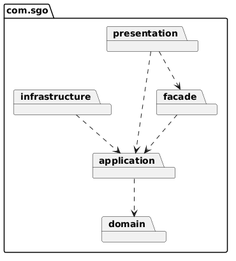
The PlantUML diagram diagramas/imagens/Diagrma de pacotes.png in allanmateusk/Sistema-de-Gest-o-das-Olimp-adas, before a commit.
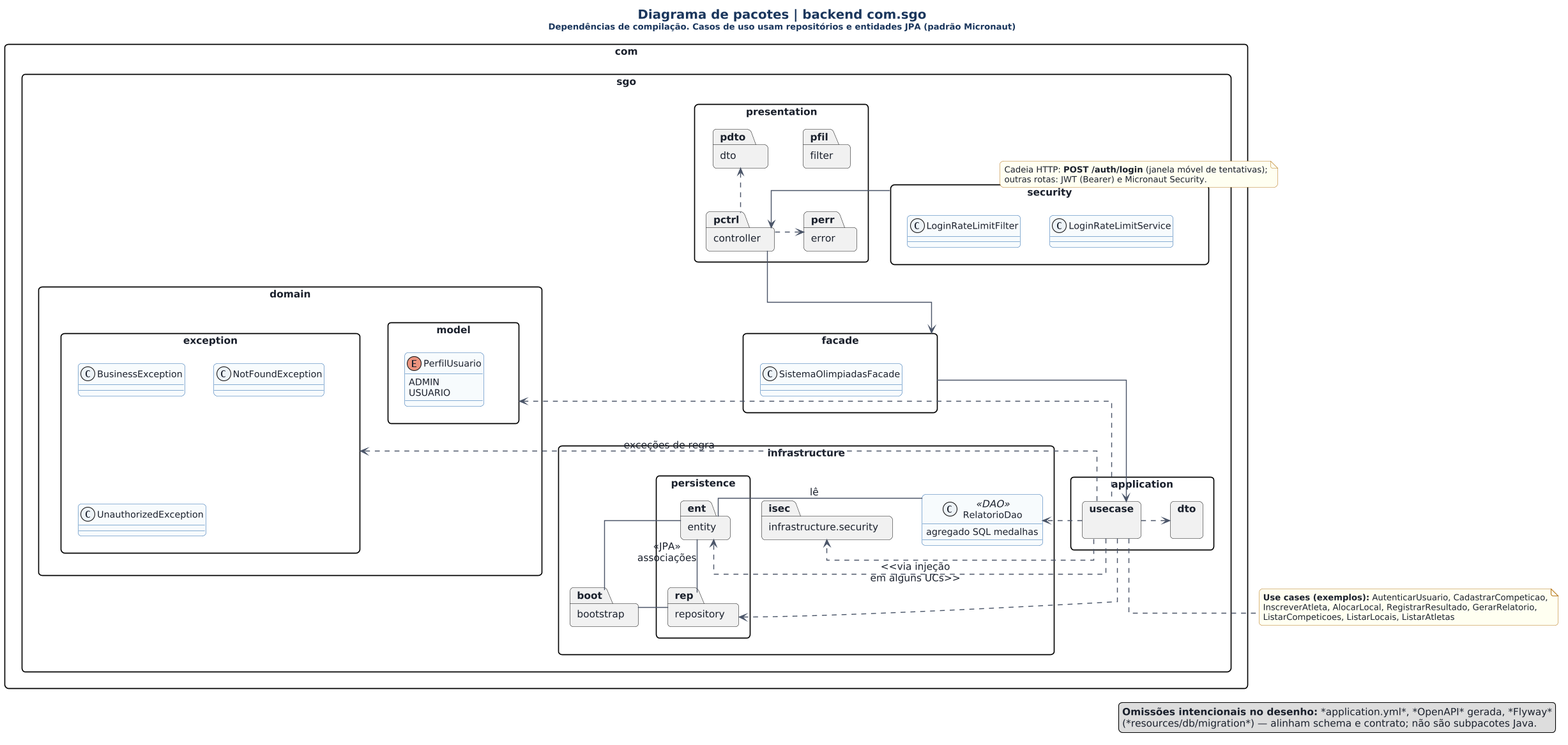
Above is the later version.

Diff of the diagram source:
```diff
@@ -1,15 +1,135 @@
 @startuml
-package com.sgo {
-  package domain
-  package application
-  package infrastructure
-  package presentation
-  package facade
+allowmixing
+skinparam defaultFontName "Segoe UI", "Helvetica", Arial, sans-serif
+skinparam defaultFontSize 14
+skinparam defaultFontColor #1a202c
+skinparam titleFontSize 18
+skinparam titleFontStyle bold
+skinparam titleFontColor #1a365d
+skinparam shadowing false
+skinparam linetype ortho
+skinparam roundcorner 10
+skinparam ArrowColor #4a5568
+skinparam ArrowThickness 1.3
+skinparam packageStyle rectangle
+skinparam stereotypeCBackgroundColor #edf2f7
+skinparam stereotypeCFontColor #2d3748
+skinparam class {
+  FontSize 14
+  AttributeFontSize 13
+  TitleFontSize 15
+  HeaderBackgroundColor #bee3f8
+  BorderColor #2b6cb0
+  BackgroundColor #f7fafc
+}
+skinparam usecase {
+  FontSize 14
+  BorderColor #2f855a
+  BackgroundColor #f0fff4
+}
+skinparam actor {
+  FontSize 15
+  FontColor #1a202c
+}
+skinparam component {
+  FontSize 14
+  BorderColor #553c9a
+  BackgroundColor #faf5ff
+}
+skinparam node {
+  FontSize 14
+  BorderColor #2c5282
+  BackgroundColor #ebf8ff
+}
+skinparam note {
+  FontSize 12
+  BackgroundColor #fffff0
+  BorderColor #b7791f
+}
+scale 1.1
+
+title Diagrama de pacotes | backend **com.sgo**\n<size:12>Dependências de compilação. Casos de uso usam repositórios e entidades JPA (padrão Micronaut)</size>
+
+package "com.sgo" {
+  package "domain" as dom {
+    package "exception" as dexc {
+      class BusinessException
+      class NotFoundException
+      class UnauthorizedException
+    }
+    package "model" as dmod {
+      enum PerfilUsuario {
+        ADMIN
+        USUARIO
+      }
+    }
+  }
+
+  package "application" as ap {
+    package "usecase" as uc {
+    }
+    package "dto" as adto {
+    }
+  }
+
+  package "facade" as fac {
+    class SistemaOlimpiadasFacade
+  }
+
+  package "presentation" as pr {
+    package "controller" as pctrl
+    package "dto" as pdto
+    package "error" as perr
+    package "filter" as pfil
+  }
+
+  package "infrastructure" as inf {
+    package "persistence" as per {
+      package "entity" as ent
+      package "repository" as rep
+    }
+    class "RelatorioDao" as rdao <<DAO>> {
+      agregado SQL medalhas
+    }
+    package "infrastructure.security" as isec
+    package "bootstrap" as boot
+  }
+
+  package "security" as sec {
+    class LoginRateLimitFilter
+    class LoginRateLimitService
+  }
 }
 
-presentation ..> facade
-facade ..> application
-application ..> domain
-infrastructure ..> application
-presentation ..> application
+pctrl -down-> fac
+fac -down-> uc
+uc .up.> dexc : exceções de regra
+uc .up.> dmod
+uc .right.> ent
+uc .right.> rep
+uc .right.> rdao
+uc .right.> adto
+pctrl .right.> perr
+pctrl .up.> pdto
+uc .right.> isec : <<via injeção\nem alguns UCs>>
+rep -up- ent : <<JPA>>\nassociações
+rdao -right- ent : lê
+boot -left- ent
+boot -left- rep
+sec -right-> pctrl
+note on link
+  Cadeia HTTP: **POST /auth/login** (janela móvel de tentativas);
+  outras rotas: JWT (Bearer) e Micronaut Security.
+end note
+
+note bottom of uc
+  **Use cases (exemplos):** AutenticarUsuario, CadastrarCompeticao,
+  InscreverAtleta, AlocarLocal, RegistrarResultado, GerarRelatorio,
+  ListarCompeticoes, ListarLocais, ListarAtletas
+end note
+
+legend right
+  **Omissões intencionais no desenho:** *application.yml*, *OpenAPI* gerada, *Flyway*
+  (*resources/db/migration*) — alinham schema e contrato; não são subpacotes Java.
+endlegend
 @enduml
```
